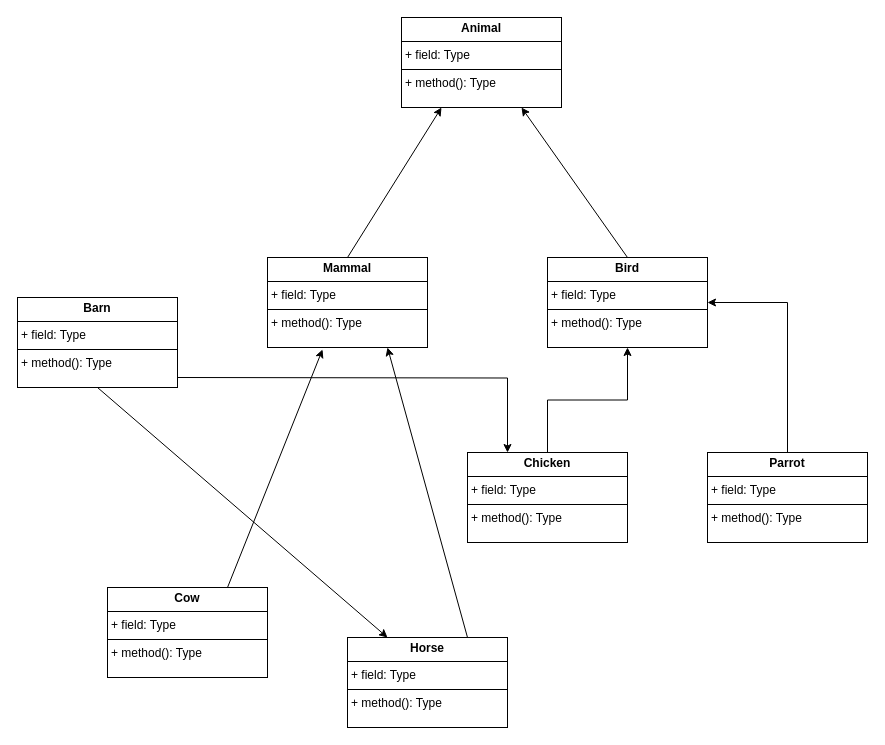
takeshi-arihori/Learn-RecursionCS keeps this draw.io diagram as java_test/farmSimulation/animals.drawio. Above is the earlier version. Source tidied: cells renumbered, new cells numbered last; positions are measured from the earlier drawing's top-left corner, leaving out a move shared by most shapes. Both pictures are drawn from the tidied source at 100%, with x=0, y=0 at pixel (17, 17).
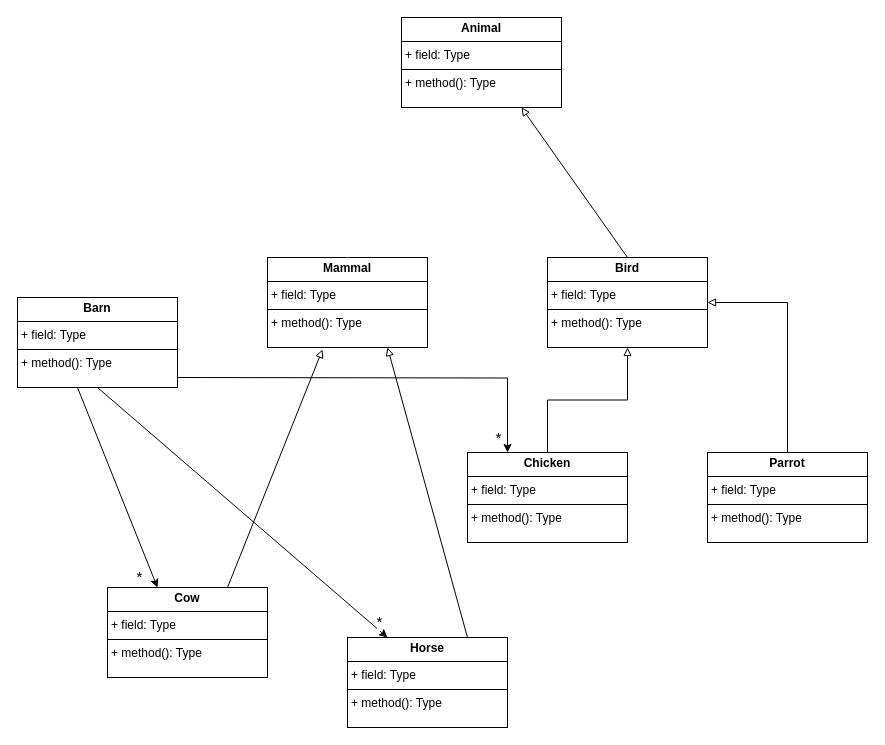
The same diagram, later.

The change refers to these unchanged cells:
```xml
<mxCell id="2" value="&lt;p style=&quot;margin:0px;margin-top:4px;text-align:center;&quot;&gt;&lt;b&gt;Animal&lt;/b&gt;&lt;/p&gt;&lt;hr size=&quot;1&quot; style=&quot;border-style:solid;&quot;&gt;&lt;p style=&quot;margin:0px;margin-left:4px;&quot;&gt;+ field: Type&lt;/p&gt;&lt;hr size=&quot;1&quot; style=&quot;border-style:solid;&quot;&gt;&lt;p style=&quot;margin:0px;margin-left:4px;&quot;&gt;+ method(): Type&lt;/p&gt;" style="verticalAlign=top;align=left;overflow=fill;html=1;whiteSpace=wrap;" parent="1" vertex="1">
  <mxGeometry x="384" width="160" height="90" as="geometry" />
</mxCell>
<mxCell id="3" value="&lt;p style=&quot;margin:0px;margin-top:4px;text-align:center;&quot;&gt;&lt;b&gt;Mammal&lt;/b&gt;&lt;/p&gt;&lt;hr size=&quot;1&quot; style=&quot;border-style:solid;&quot;&gt;&lt;p style=&quot;margin:0px;margin-left:4px;&quot;&gt;+ field: Type&lt;/p&gt;&lt;hr size=&quot;1&quot; style=&quot;border-style:solid;&quot;&gt;&lt;p style=&quot;margin:0px;margin-left:4px;&quot;&gt;+ method(): Type&lt;/p&gt;" style="verticalAlign=top;align=left;overflow=fill;html=1;whiteSpace=wrap;" parent="1" vertex="1">
  <mxGeometry x="250" y="240" width="160" height="90" as="geometry" />
</mxCell>
<mxCell id="5" value="&lt;p style=&quot;margin:0px;margin-top:4px;text-align:center;&quot;&gt;&lt;b&gt;Bird&lt;/b&gt;&lt;/p&gt;&lt;hr size=&quot;1&quot; style=&quot;border-style:solid;&quot;&gt;&lt;p style=&quot;margin:0px;margin-left:4px;&quot;&gt;+ field: Type&lt;/p&gt;&lt;hr size=&quot;1&quot; style=&quot;border-style:solid;&quot;&gt;&lt;p style=&quot;margin:0px;margin-left:4px;&quot;&gt;+ method(): Type&lt;/p&gt;" style="verticalAlign=top;align=left;overflow=fill;html=1;whiteSpace=wrap;" parent="1" vertex="1">
  <mxGeometry x="530" y="240" width="160" height="90" as="geometry" />
</mxCell>
<mxCell id="7" value="&lt;p style=&quot;margin:0px;margin-top:4px;text-align:center;&quot;&gt;&lt;b&gt;Cow&lt;/b&gt;&lt;/p&gt;&lt;hr size=&quot;1&quot; style=&quot;border-style:solid;&quot;&gt;&lt;p style=&quot;margin:0px;margin-left:4px;&quot;&gt;+ field: Type&lt;/p&gt;&lt;hr size=&quot;1&quot; style=&quot;border-style:solid;&quot;&gt;&lt;p style=&quot;margin:0px;margin-left:4px;&quot;&gt;+ method(): Type&lt;/p&gt;" style="verticalAlign=top;align=left;overflow=fill;html=1;whiteSpace=wrap;" parent="1" vertex="1">
  <mxGeometry x="90" y="570" width="160" height="90" as="geometry" />
</mxCell>
<mxCell id="8" value="&lt;p style=&quot;margin:0px;margin-top:4px;text-align:center;&quot;&gt;&lt;b&gt;Horse&lt;/b&gt;&lt;/p&gt;&lt;hr size=&quot;1&quot; style=&quot;border-style:solid;&quot;&gt;&lt;p style=&quot;margin:0px;margin-left:4px;&quot;&gt;+ field: Type&lt;/p&gt;&lt;hr size=&quot;1&quot; style=&quot;border-style:solid;&quot;&gt;&lt;p style=&quot;margin:0px;margin-left:4px;&quot;&gt;+ method(): Type&lt;/p&gt;" style="verticalAlign=top;align=left;overflow=fill;html=1;whiteSpace=wrap;" parent="1" vertex="1">
  <mxGeometry x="330" y="620" width="160" height="90" as="geometry" />
</mxCell>
<mxCell id="9" style="edgeStyle=orthogonalEdgeStyle;rounded=0;jettySize=auto;html=1;entryX=0.25;entryY=0;entryDx=0;entryDy=0;" parent="1" edge="1" target="12">
  <mxGeometry relative="1" as="geometry">
    <mxPoint x="160" y="360" as="sourcePoint" />
  </mxGeometry>
</mxCell>
<mxCell id="12" value="&lt;p style=&quot;margin:0px;margin-top:4px;text-align:center;&quot;&gt;&lt;b&gt;Chicken&lt;/b&gt;&lt;/p&gt;&lt;hr size=&quot;1&quot; style=&quot;border-style:solid;&quot;&gt;&lt;p style=&quot;margin:0px;margin-left:4px;&quot;&gt;+ field: Type&lt;/p&gt;&lt;hr size=&quot;1&quot; style=&quot;border-style:solid;&quot;&gt;&lt;p style=&quot;margin:0px;margin-left:4px;&quot;&gt;+ method(): Type&lt;/p&gt;" style="verticalAlign=top;align=left;overflow=fill;html=1;whiteSpace=wrap;" parent="1" vertex="1">
  <mxGeometry x="450" y="435" width="160" height="90" as="geometry" />
</mxCell>
<mxCell id="14" value="&lt;p style=&quot;margin:0px;margin-top:4px;text-align:center;&quot;&gt;&lt;b&gt;Parrot&lt;/b&gt;&lt;/p&gt;&lt;hr size=&quot;1&quot; style=&quot;border-style:solid;&quot;&gt;&lt;p style=&quot;margin:0px;margin-left:4px;&quot;&gt;+ field: Type&lt;/p&gt;&lt;hr size=&quot;1&quot; style=&quot;border-style:solid;&quot;&gt;&lt;p style=&quot;margin:0px;margin-left:4px;&quot;&gt;+ method(): Type&lt;/p&gt;" style="verticalAlign=top;align=left;overflow=fill;html=1;whiteSpace=wrap;" parent="1" vertex="1">
  <mxGeometry x="690" y="435" width="160" height="90" as="geometry" />
</mxCell>
```

Diff of the diagram source:
```diff
@@
-    <mxCell id="4" style="endArrow=classic;html=1;rounded=0;exitX=0.5;exitY=0;exitDx=0;exitDy=0;entryX=0.25;entryY=1;entryDx=0;entryDy=0;startArrow=none;startFill=0;" parent="1" edge="1" source="3" target="2">
+    <mxCell id="4" style="endArrow=block;html=1;rounded=0;exitX=0.5;exitY=0;exitDx=0;exitDy=0;entryX=0.25;entryY=1;entryDx=0;entryDy=0;startArrow=none;startFill=0;endFill=0;strokeWidth=1;strokeColor=#FFFFFF;" parent="1" edge="1" source="3" target="2">
       <mxGeometry relative="1" as="geometry" />
     </mxCell>
@@
-    <mxCell id="6" style="endArrow=classic;html=1;rounded=0;exitX=0.5;exitY=0;exitDx=0;exitDy=0;entryX=0.75;entryY=1;entryDx=0;entryDy=0;startArrow=none;startFill=0;" parent="1" edge="1" source="5" target="2">
+    <mxCell id="6" style="endArrow=block;html=1;rounded=0;exitX=0.5;exitY=0;exitDx=0;exitDy=0;entryX=0.75;entryY=1;entryDx=0;entryDy=0;startArrow=none;startFill=0;endFill=0;" parent="1" edge="1" source="5" target="2">
       <mxGeometry relative="1" as="geometry" />
     </mxCell>
@@
+    <mxCell id="18" value="*" style="edgeLabel;html=1;align=center;verticalAlign=middle;fontSize=15;" parent="9" vertex="1">
+      <mxGeometry x="0.84" y="-2" relative="1" as="geometry">
+        <mxPoint x="-8" y="17" as="offset" />
+      </mxGeometry>
+    </mxCell>
@@
-    <mxCell id="11" style="edgeStyle=orthogonalEdgeStyle;rounded=0;jettySize=auto;html=1;" parent="1" edge="1" source="12" target="5">
+    <mxCell id="11" style="edgeStyle=orthogonalEdgeStyle;rounded=0;jettySize=auto;html=1;endArrow=block;endFill=0;" parent="1" edge="1" source="12" target="5">
       <mxGeometry relative="1" as="geometry" />
     </mxCell>
@@
-    <mxCell id="13" style="edgeStyle=orthogonalEdgeStyle;rounded=0;jettySize=auto;html=1;entryX=1;entryY=0.5;entryDx=0;entryDy=0;" parent="1" edge="1" source="14" target="5">
+    <mxCell id="13" style="edgeStyle=orthogonalEdgeStyle;rounded=0;jettySize=auto;html=1;entryX=1;entryY=0.5;entryDx=0;entryDy=0;endArrow=block;endFill=0;" parent="1" edge="1" source="14" target="5">
       <mxGeometry relative="1" as="geometry" />
     </mxCell>
@@
-    <mxCell id="16" style="endArrow=classic;html=1;rounded=0;exitX=0.75;exitY=0;exitDx=0;exitDy=0;entryX=0.75;entryY=1;entryDx=0;entryDy=0;startArrow=none;startFill=0;" parent="1" edge="1" source="8" target="3">
+    <mxCell id="16" style="endArrow=block;html=1;rounded=0;exitX=0.75;exitY=0;exitDx=0;exitDy=0;entryX=0.75;entryY=1;entryDx=0;entryDy=0;startArrow=none;startFill=0;endFill=0;" parent="1" edge="1" source="8" target="3">
       <mxGeometry relative="1" as="geometry" />
     </mxCell>
-    <mxCell id="17" style="endArrow=classic;html=1;rounded=0;exitX=0.75;exitY=0;exitDx=0;exitDy=0;entryX=0.344;entryY=1.022;entryDx=0;entryDy=0;startArrow=none;startFill=0;entryPerimeter=0;" parent="1" edge="1" source="7" target="3">
+    <mxCell id="17" style="endArrow=block;html=1;rounded=0;exitX=0.75;exitY=0;exitDx=0;exitDy=0;entryX=0.344;entryY=1.022;entryDx=0;entryDy=0;startArrow=none;startFill=0;entryPerimeter=0;endFill=0;" parent="1" edge="1" source="7" target="3">
       <mxGeometry relative="1" as="geometry" />
     </mxCell>
+    <mxCell id="19" value="*" style="edgeLabel;html=1;align=center;verticalAlign=middle;fontSize=15;" parent="1" vertex="1">
+      <mxGeometry x="450" y="570" as="geometry">
+        <mxPoint x="-89" y="33" as="offset" />
+      </mxGeometry>
+    </mxCell>
+    <mxCell id="20" value="*" style="edgeLabel;html=1;align=center;verticalAlign=middle;fontSize=15;" parent="1" vertex="1">
+      <mxGeometry x="210" y="525" as="geometry">
+        <mxPoint x="-89" y="33" as="offset" />
+      </mxGeometry>
+    </mxCell>
+    <mxCell id="21" style="endArrow=classic;html=1;rounded=0;exitX=0.5;exitY=1;exitDx=0;exitDy=0;entryX=0.25;entryY=0;entryDx=0;entryDy=0;startArrow=none;startFill=0;" parent="1" edge="1">
+      <mxGeometry relative="1" as="geometry">
+        <mxPoint x="60" y="370" as="sourcePoint" />
+        <mxPoint x="140" y="570" as="targetPoint" />
+      </mxGeometry>
+    </mxCell>
```
